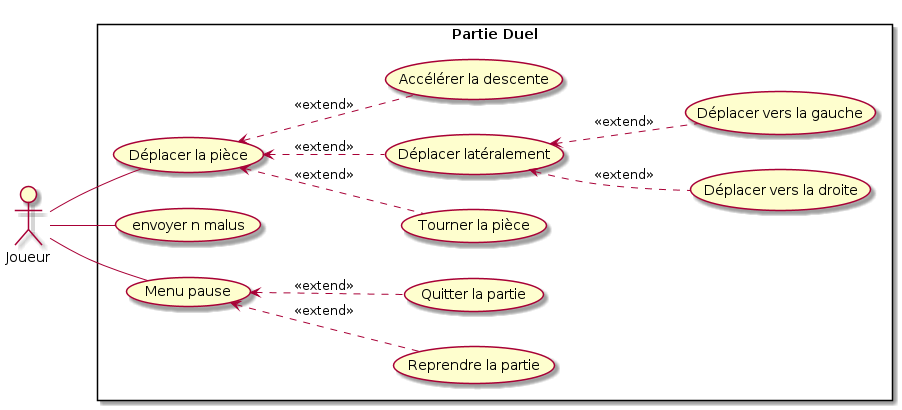
ulb-info2-group5/Royal-Blocks keeps this PlantUML diagram as SRD-DOC/uml/usescase/en-jeu/dual.png. Above is the earlier version. Its source is kept beside it as SRD-DOC/uml/usescase/en-jeu/dual.plantuml.
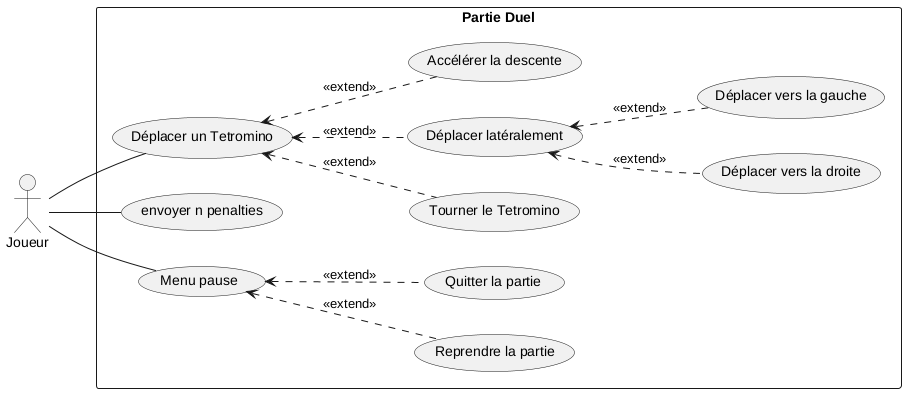
Later version of the same file.

The edit, as a diff of the source:
```diff
@@ -6,10 +6,10 @@
 
 rectangle "Partie Duel" as game {
 
-    usecase "Déplacer la pièce" as move_piece
-    usecase "Tourner la pièce" as rotate_piece
+    usecase "Déplacer un Tetromino" as move_piece
+    usecase "Tourner le Tetromino" as rotate_piece
 
-    usecase "envoyer n malus" as throw_penalty
+    usecase "envoyer n penalties" as throw_penalty
 
     usecase "Déplacer latéralement" as lateral_movement
     usecase "Accélérer la descente" as increase_descent
```
